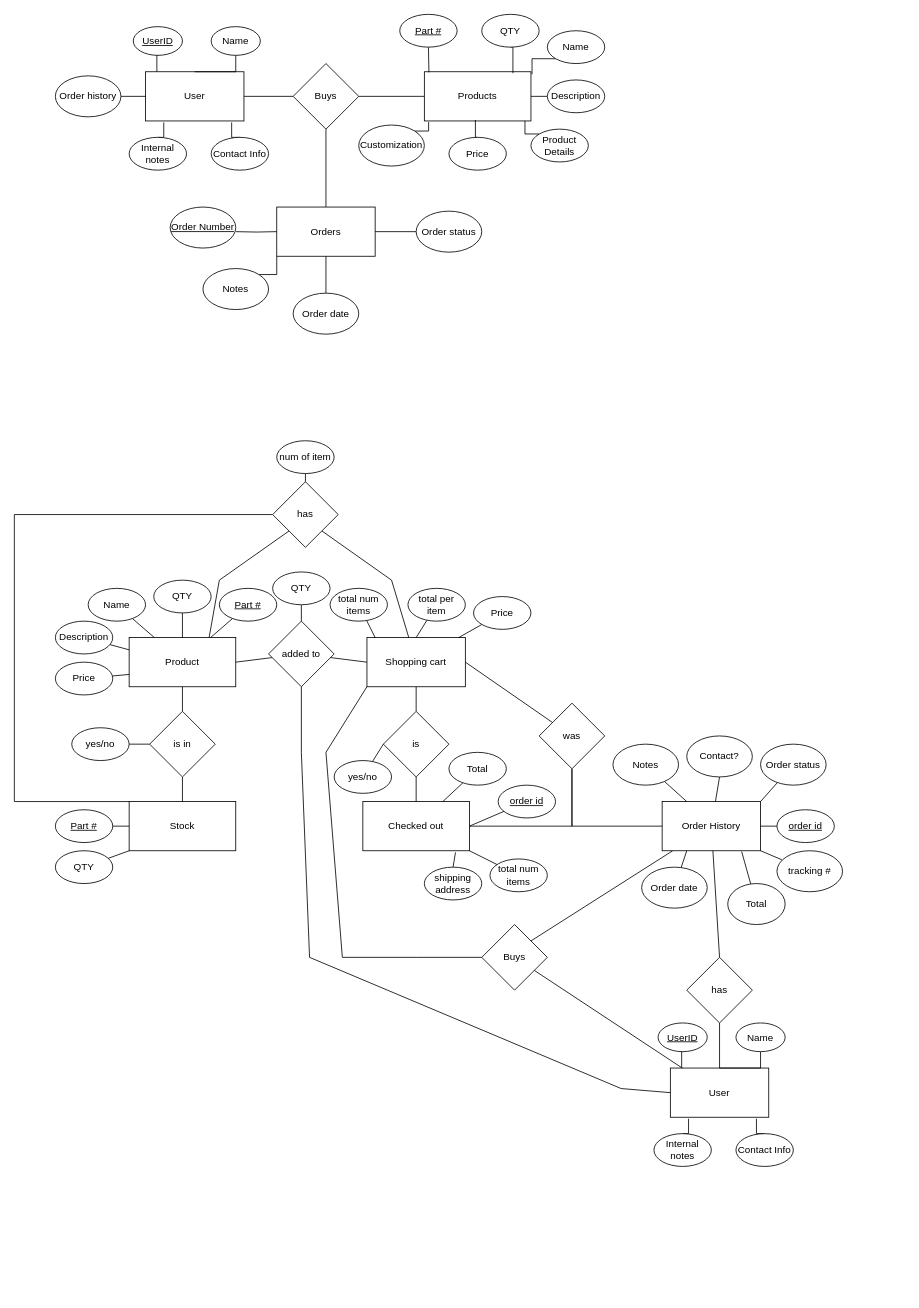
466group2/Group02Project keeps this draw.io diagram as ecomm.drawio. Above is the earlier version. Source tidied: cells renumbered, new cells numbered last; positions are measured from the earlier drawing's top-left corner, leaving out a move shared by most shapes. Both pictures are drawn from the tidied source at 82%, with x=0, y=0 at pixel (14, 14).
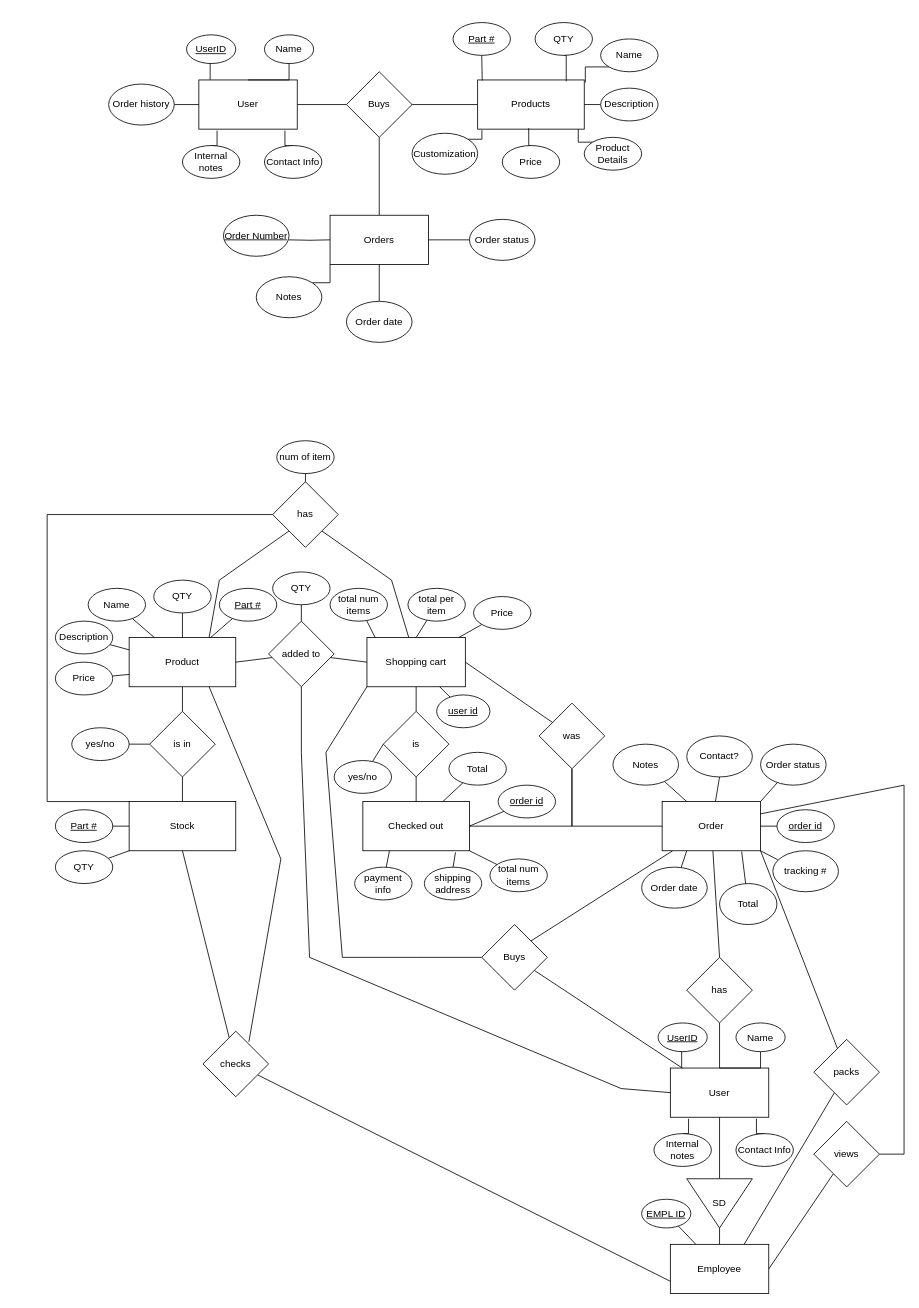
The same diagram, later.

Unchanged cells that the change refers to:
```xml
<mxCell id="42" value="Product" style="rounded=0;whiteSpace=wrap;html=1;" parent="1" vertex="1">
  <mxGeometry x="140" y="760" width="130" height="60" as="geometry" />
</mxCell>
<mxCell id="54" value="Stock" style="rounded=0;whiteSpace=wrap;html=1;" parent="1" vertex="1">
  <mxGeometry x="140" y="960" width="130" height="60" as="geometry" />
</mxCell>
<mxCell id="62" value="Shopping cart" style="rounded=0;whiteSpace=wrap;html=1;" parent="1" vertex="1">
  <mxGeometry x="430" y="760" width="120" height="60" as="geometry" />
</mxCell>
<mxCell id="72" value="has" style="rhombus;whiteSpace=wrap;html=1;" parent="1" vertex="1">
  <mxGeometry x="315" y="570" width="80" height="80" as="geometry" />
</mxCell>
<mxCell id="82" value="Checked out" style="rounded=0;whiteSpace=wrap;html=1;" parent="1" vertex="1">
  <mxGeometry x="425" y="960" width="130" height="60" as="geometry" />
</mxCell>
<mxCell id="116" value="User" style="rounded=0;whiteSpace=wrap;html=1;" parent="1" vertex="1">
  <mxGeometry x="800" y="1285" width="120" height="60" as="geometry" />
</mxCell>
```

The edit, as a diff of the source:
```diff
@@
     <mxCell id="3" value="User" style="rounded=0;whiteSpace=wrap;html=1;" parent="1" vertex="1">
-      <mxGeometry x="160" y="70" width="120" height="60" as="geometry" />
+      <mxGeometry x="225" y="80" width="120" height="60" as="geometry" />
     </mxCell>
@@
     <mxCell id="5" value="Products" style="rounded=0;whiteSpace=wrap;html=1;" parent="1" vertex="1">
-      <mxGeometry x="500" y="70" width="130" height="60" as="geometry" />
+      <mxGeometry x="565" y="80" width="130" height="60" as="geometry" />
     </mxCell>
@@
     <mxCell id="7" value="Buys" style="rhombus;whiteSpace=wrap;html=1;" parent="1" vertex="1">
-      <mxGeometry x="340" y="60" width="80" height="80" as="geometry" />
+      <mxGeometry x="405" y="70" width="80" height="80" as="geometry" />
     </mxCell>
@@
     <mxCell id="9" value="QTY" style="ellipse;whiteSpace=wrap;html=1;" parent="1" vertex="1">
-      <mxGeometry x="570" width="70" height="40" as="geometry" />
+      <mxGeometry x="635" y="10" width="70" height="40" as="geometry" />
     </mxCell>
@@
     <mxCell id="11" value="&lt;u&gt;Part #&lt;/u&gt;" style="ellipse;whiteSpace=wrap;html=1;" parent="1" vertex="1">
-      <mxGeometry x="470" width="70" height="40" as="geometry" />
+      <mxGeometry x="535" y="10" width="70" height="40" as="geometry" />
     </mxCell>
@@
     <mxCell id="13" value="Name" style="ellipse;whiteSpace=wrap;html=1;" parent="1" vertex="1">
-      <mxGeometry x="650" y="20" width="70" height="40" as="geometry" />
+      <mxGeometry x="715" y="30" width="70" height="40" as="geometry" />
     </mxCell>
@@
     <mxCell id="15" value="Description&lt;br&gt;" style="ellipse;whiteSpace=wrap;html=1;" parent="1" vertex="1">
-      <mxGeometry x="650" y="80" width="70" height="40" as="geometry" />
+      <mxGeometry x="715" y="90" width="70" height="40" as="geometry" />
     </mxCell>
@@
     <mxCell id="17" value="Product&lt;br&gt;Details" style="ellipse;whiteSpace=wrap;html=1;" parent="1" vertex="1">
-      <mxGeometry x="630" y="140" width="70" height="40" as="geometry" />
+      <mxGeometry x="695" y="150" width="70" height="40" as="geometry" />
     </mxCell>
@@
     <mxCell id="19" value="Price" style="ellipse;whiteSpace=wrap;html=1;" parent="1" vertex="1">
-      <mxGeometry x="530" y="150" width="70" height="40" as="geometry" />
+      <mxGeometry x="595" y="160" width="70" height="40" as="geometry" />
     </mxCell>
@@
     <mxCell id="21" value="Customization&lt;br&gt;" style="ellipse;whiteSpace=wrap;html=1;" parent="1" vertex="1">
-      <mxGeometry x="420" y="135" width="80" height="50" as="geometry" />
+      <mxGeometry x="485" y="145" width="80" height="50" as="geometry" />
     </mxCell>
@@
     <mxCell id="23" value="Order history" style="ellipse;whiteSpace=wrap;html=1;" parent="1" vertex="1">
-      <mxGeometry x="50" y="75" width="80" height="50" as="geometry" />
+      <mxGeometry x="115" y="85" width="80" height="50" as="geometry" />
     </mxCell>
@@
     <mxCell id="25" value="&lt;u&gt;UserID&lt;/u&gt;" style="ellipse;whiteSpace=wrap;html=1;" parent="1" vertex="1">
-      <mxGeometry x="145" y="15" width="60" height="35" as="geometry" />
+      <mxGeometry x="210" y="25" width="60" height="35" as="geometry" />
     </mxCell>
@@
     <mxCell id="27" value="Name" style="ellipse;whiteSpace=wrap;html=1;" parent="1" vertex="1">
-      <mxGeometry x="240" y="15" width="60" height="35" as="geometry" />
+      <mxGeometry x="305" y="25" width="60" height="35" as="geometry" />
     </mxCell>
@@
     <mxCell id="29" value="Contact Info" style="ellipse;whiteSpace=wrap;html=1;" parent="1" vertex="1">
-      <mxGeometry x="240" y="150" width="70" height="40" as="geometry" />
+      <mxGeometry x="305" y="160" width="70" height="40" as="geometry" />
     </mxCell>
@@
     <mxCell id="31" value="Internal notes&lt;br&gt;" style="ellipse;whiteSpace=wrap;html=1;" parent="1" vertex="1">
-      <mxGeometry x="140" y="150" width="70" height="40" as="geometry" />
+      <mxGeometry x="205" y="160" width="70" height="40" as="geometry" />
     </mxCell>
     <mxCell id="32" value="Orders" style="rounded=0;whiteSpace=wrap;html=1;" parent="1" vertex="1">
-      <mxGeometry x="320" y="235" width="120" height="60" as="geometry" />
+      <mxGeometry x="385" y="245" width="120" height="60" as="geometry" />
     </mxCell>
     <mxCell id="33" style="edgeStyle=orthogonalEdgeStyle;rounded=0;jettySize=auto;html=1;exitX=1;exitY=0.5;exitDx=0;exitDy=0;endArrow=none;endFill=0;" parent="1" edge="1" target="32">
       <mxGeometry relative="1" as="geometry">
-        <mxPoint x="270" y="265" as="sourcePoint" />
+        <mxPoint x="335" y="275" as="sourcePoint" />
       </mxGeometry>
     </mxCell>
     <mxCell id="34" value="&lt;u&gt;Order Number&lt;/u&gt;" style="ellipse;whiteSpace=wrap;html=1;" parent="1" vertex="1">
-      <mxGeometry x="190" y="235" width="80" height="50" as="geometry" />
+      <mxGeometry x="255" y="245" width="80" height="50" as="geometry" />
     </mxCell>
@@
     <mxCell id="36" value="Order status&lt;br&gt;" style="ellipse;whiteSpace=wrap;html=1;" parent="1" vertex="1">
-      <mxGeometry x="490" y="240" width="80" height="50" as="geometry" />
+      <mxGeometry x="555" y="250" width="80" height="50" as="geometry" />
     </mxCell>
@@
     <mxCell id="38" value="Order date&lt;br&gt;" style="ellipse;whiteSpace=wrap;html=1;" parent="1" vertex="1">
-      <mxGeometry x="340" y="340" width="80" height="50" as="geometry" />
+      <mxGeometry x="405" y="350" width="80" height="50" as="geometry" />
     </mxCell>
@@
     <mxCell id="40" value="Notes" style="ellipse;whiteSpace=wrap;html=1;" parent="1" vertex="1">
-      <mxGeometry x="230" y="310" width="80" height="50" as="geometry" />
+      <mxGeometry x="295" y="320" width="80" height="50" as="geometry" />
     </mxCell>
@@
     <mxCell id="71" style="edgeStyle=none;rounded=0;jettySize=auto;html=1;entryX=0;entryY=0;entryDx=0;entryDy=0;endArrow=none;endFill=0;" parent="1" edge="1" source="72" target="54">
       <mxGeometry relative="1" as="geometry">
         <Array as="points">
-          <mxPoint y="610" />
-          <mxPoint y="960" />
+          <mxPoint x="40" y="610" />
+          <mxPoint x="40" y="960" />
         </Array>
       </mxGeometry>
     </mxCell>
@@
-    <mxCell id="98" value="Order History" style="rounded=0;whiteSpace=wrap;html=1;" parent="1" vertex="1">
+    <mxCell id="98" value="Order" style="rounded=0;whiteSpace=wrap;html=1;" parent="1" vertex="1">
       <mxGeometry x="790" y="960" width="120" height="60" as="geometry" />
     </mxCell>
@@
     <mxCell id="108" value="tracking #" style="ellipse;whiteSpace=wrap;html=1;" parent="1" vertex="1">
-      <mxGeometry x="930" y="1020" width="80" height="50" as="geometry" />
+      <mxGeometry x="925" y="1020" width="80" height="50" as="geometry" />
     </mxCell>
@@
     <mxCell id="110" value="Total" style="ellipse;whiteSpace=wrap;html=1;" parent="1" vertex="1">
-      <mxGeometry x="870" y="1060" width="70" height="50" as="geometry" />
+      <mxGeometry x="860" y="1060" width="70" height="50" as="geometry" />
     </mxCell>
@@
+    <mxCell id="130" style="edgeStyle=none;rounded=0;jettySize=auto;html=1;entryX=0.5;entryY=1;entryDx=0;entryDy=0;endArrow=none;endFill=0;" parent="1" edge="1" source="131" target="116">
+      <mxGeometry relative="1" as="geometry" />
+    </mxCell>
+    <mxCell id="131" value="SD" style="triangle;whiteSpace=wrap;html=1;direction=south;" parent="1" vertex="1">
+      <mxGeometry x="820" y="1420" width="80" height="60" as="geometry" />
+    </mxCell>
+    <mxCell id="132" style="edgeStyle=none;rounded=0;jettySize=auto;html=1;entryX=1;entryY=0.5;entryDx=0;entryDy=0;endArrow=none;endFill=0;" parent="1" edge="1" source="133" target="131">
+      <mxGeometry relative="1" as="geometry" />
+    </mxCell>
+    <mxCell id="133" value="Employee" style="rounded=0;whiteSpace=wrap;html=1;" parent="1" vertex="1">
+      <mxGeometry x="800" y="1500" width="120" height="60" as="geometry" />
+    </mxCell>
+    <mxCell id="134" style="edgeStyle=none;rounded=0;jettySize=auto;html=1;entryX=0.5;entryY=1;entryDx=0;entryDy=0;endArrow=none;endFill=0;" parent="1" edge="1" source="137" target="54">
+      <mxGeometry relative="1" as="geometry" />
+    </mxCell>
+    <mxCell id="135" style="edgeStyle=none;rounded=0;jettySize=auto;html=1;entryX=0;entryY=0.75;entryDx=0;entryDy=0;endArrow=none;endFill=0;" parent="1" edge="1" source="137" target="133">
+      <mxGeometry relative="1" as="geometry" />
+    </mxCell>
+    <mxCell id="136" style="edgeStyle=none;rounded=0;jettySize=auto;html=1;entryX=0.75;entryY=1;entryDx=0;entryDy=0;endArrow=none;endFill=0;exitX=0.7;exitY=0.163;exitDx=0;exitDy=0;exitPerimeter=0;" parent="1" edge="1" source="137" target="42">
+      <mxGeometry relative="1" as="geometry">
+        <Array as="points">
+          <mxPoint x="325" y="1030" />
+        </Array>
+      </mxGeometry>
+    </mxCell>
+    <mxCell id="137" value="checks" style="rhombus;whiteSpace=wrap;html=1;" parent="1" vertex="1">
+      <mxGeometry x="230" y="1240" width="80" height="80" as="geometry" />
+    </mxCell>
+    <mxCell id="138" style="edgeStyle=none;rounded=0;jettySize=auto;html=1;endArrow=none;endFill=0;" parent="1" edge="1" source="139" target="133">
+      <mxGeometry relative="1" as="geometry" />
+    </mxCell>
+    <mxCell id="139" value="&lt;u&gt;EMPL ID&lt;/u&gt;" style="ellipse;whiteSpace=wrap;html=1;" parent="1" vertex="1">
+      <mxGeometry x="765" y="1445" width="60" height="35" as="geometry" />
+    </mxCell>
+    <mxCell id="140" style="edgeStyle=none;rounded=0;jettySize=auto;html=1;entryX=0.75;entryY=0;entryDx=0;entryDy=0;endArrow=none;endFill=0;" parent="1" edge="1" source="142" target="133">
+      <mxGeometry relative="1" as="geometry" />
+    </mxCell>
+    <mxCell id="141" style="edgeStyle=none;rounded=0;jettySize=auto;html=1;endArrow=none;endFill=0;entryX=1;entryY=1;entryDx=0;entryDy=0;" parent="1" edge="1" source="142" target="98">
+      <mxGeometry relative="1" as="geometry" />
+    </mxCell>
+    <mxCell id="142" value="packs" style="rhombus;whiteSpace=wrap;html=1;" parent="1" vertex="1">
+      <mxGeometry x="975" y="1250" width="80" height="80" as="geometry" />
+    </mxCell>
+    <mxCell id="143" style="edgeStyle=none;rounded=0;jettySize=auto;html=1;entryX=1;entryY=0.5;entryDx=0;entryDy=0;endArrow=none;endFill=0;" parent="1" edge="1" source="145" target="133">
+      <mxGeometry relative="1" as="geometry" />
+    </mxCell>
+    <mxCell id="144" style="edgeStyle=none;rounded=0;jettySize=auto;html=1;entryX=1;entryY=0.25;entryDx=0;entryDy=0;endArrow=none;endFill=0;" parent="1" edge="1" source="145" target="98">
+      <mxGeometry relative="1" as="geometry">
+        <Array as="points">
+          <mxPoint x="1085" y="1390" />
+          <mxPoint x="1085" y="940" />
+        </Array>
+      </mxGeometry>
+    </mxCell>
+    <mxCell id="145" value="views" style="rhombus;whiteSpace=wrap;html=1;" parent="1" vertex="1">
+      <mxGeometry x="975" y="1350" width="80" height="80" as="geometry" />
+    </mxCell>
+    <mxCell id="146" style="edgeStyle=none;rounded=0;jettySize=auto;html=1;endArrow=none;endFill=0;" parent="1" edge="1" source="147" target="62">
+      <mxGeometry relative="1" as="geometry" />
+    </mxCell>
+    <mxCell id="147" value="&lt;u&gt;user id&lt;/u&gt;" style="ellipse;whiteSpace=wrap;html=1;" parent="1" vertex="1">
+      <mxGeometry x="515" y="830" width="65" height="40" as="geometry" />
+    </mxCell>
+    <mxCell id="148" style="edgeStyle=none;rounded=0;jettySize=auto;html=1;entryX=0.25;entryY=1;entryDx=0;entryDy=0;endArrow=none;endFill=0;" parent="1" edge="1" source="149" target="82">
+      <mxGeometry relative="1" as="geometry" />
+    </mxCell>
+    <mxCell id="149" value="payment info" style="ellipse;whiteSpace=wrap;html=1;" parent="1" vertex="1">
+      <mxGeometry x="415" y="1040" width="70" height="40" as="geometry" />
+    </mxCell>
```
